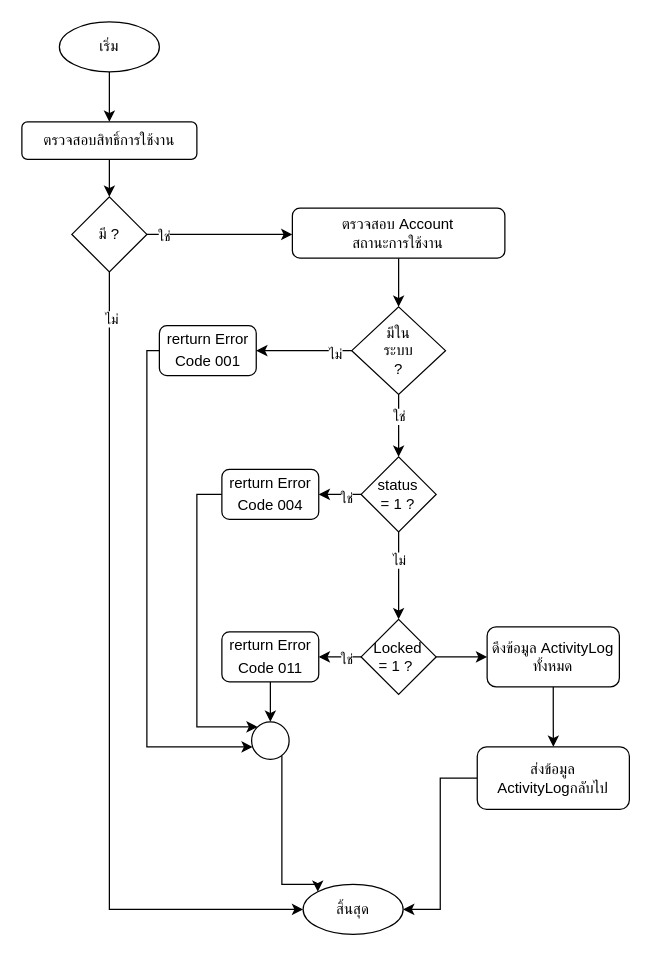
Earlier version of the draw.io diagram page "หน้า-1" (1 of 4) of ActivityLog.drawio (charifrodmanee/charifrodmanee). Source tidied: cells renumbered, new cells numbered last; positions are measured from the earlier drawing's top-left corner, leaving out a move shared by most shapes. Both pictures are drawn from the tidied source at 125%, with x=0, y=0 at pixel (21, 21).
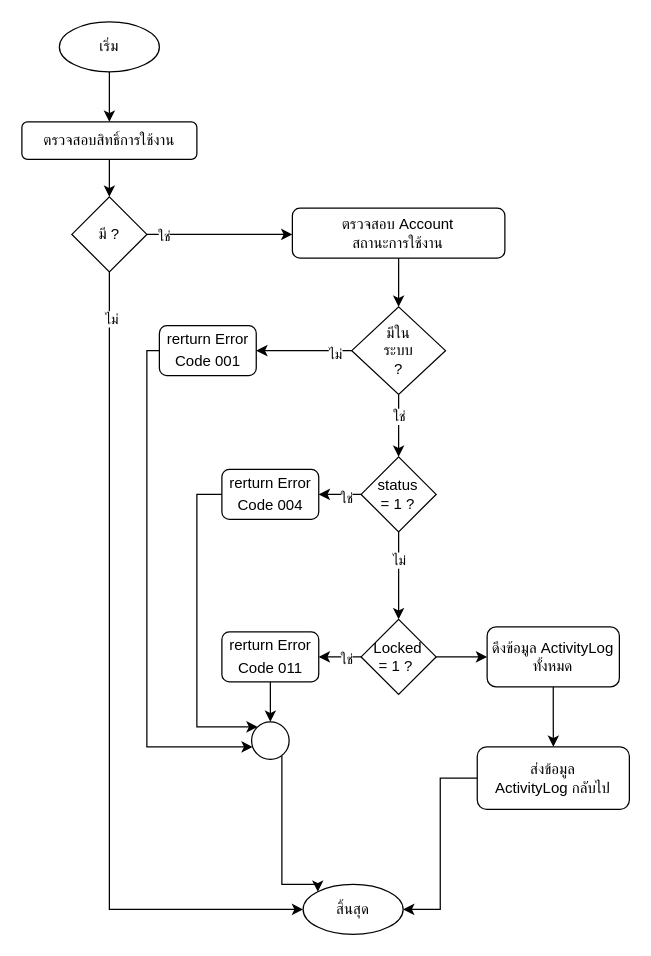
After the change.

The edit, as a diff of the source:
```diff
@@
-    <mxCell id="38" value="ส่งข้อมูล&lt;br&gt;ActivityLogกลับไป" style="rounded=1;whiteSpace=wrap;html=1;" parent="1" vertex="1">
+    <mxCell id="38" value="ส่งข้อมูล&lt;br&gt;ActivityLog กลับไป" style="rounded=1;whiteSpace=wrap;html=1;" parent="1" vertex="1">
       <mxGeometry x="364.3" y="580" width="121.7" height="50" as="geometry" />
     </mxCell>
```
